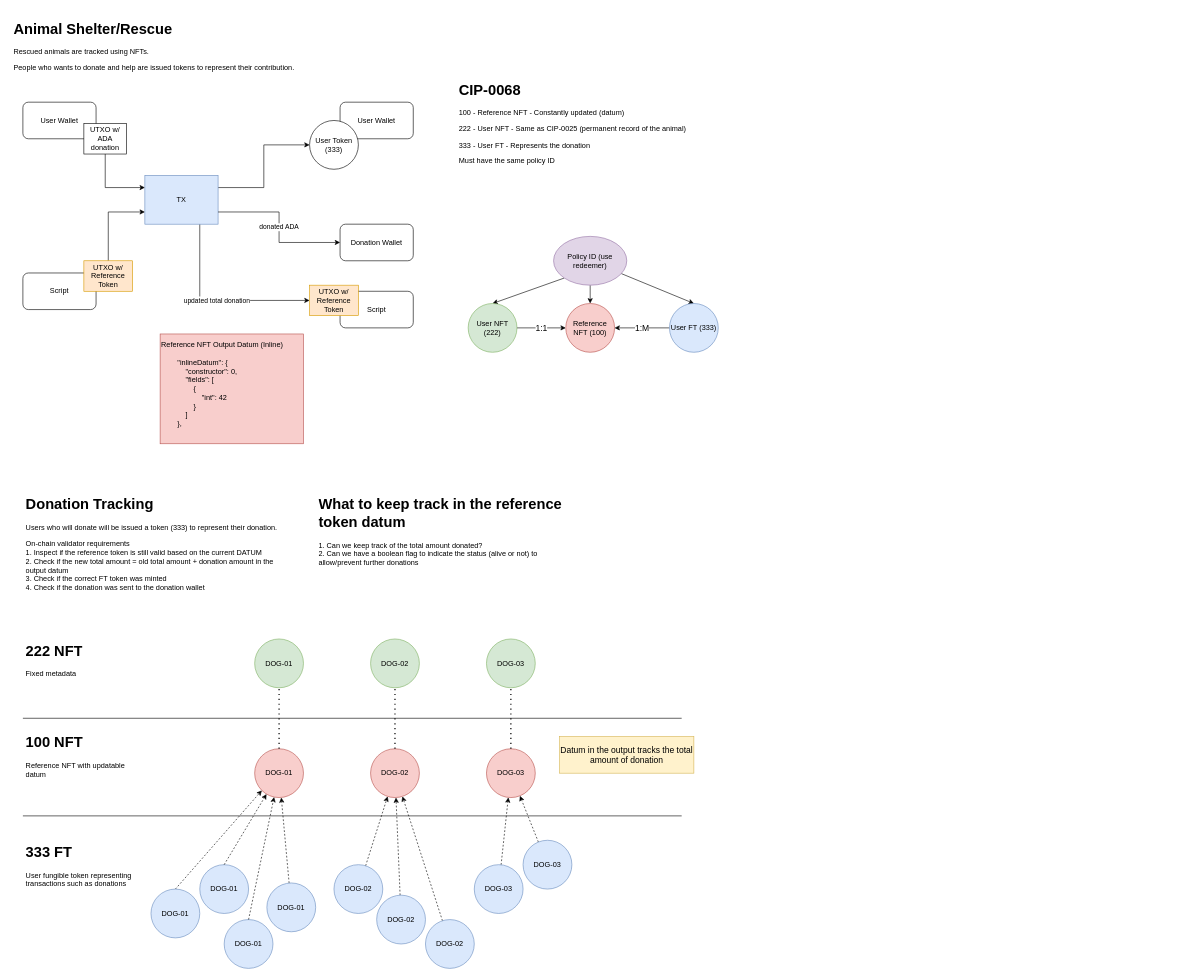
The draw.io diagram Animal_Shelter.drawio in fchua/cdp-final-project, before the edit. Source tidied: cells renumbered, new cells numbered last; positions are measured from the earlier drawing's top-left corner, leaving out a move shared by most shapes. Both pictures are drawn from the tidied source at 61%, with x=0, y=0 at pixel (10, 16).
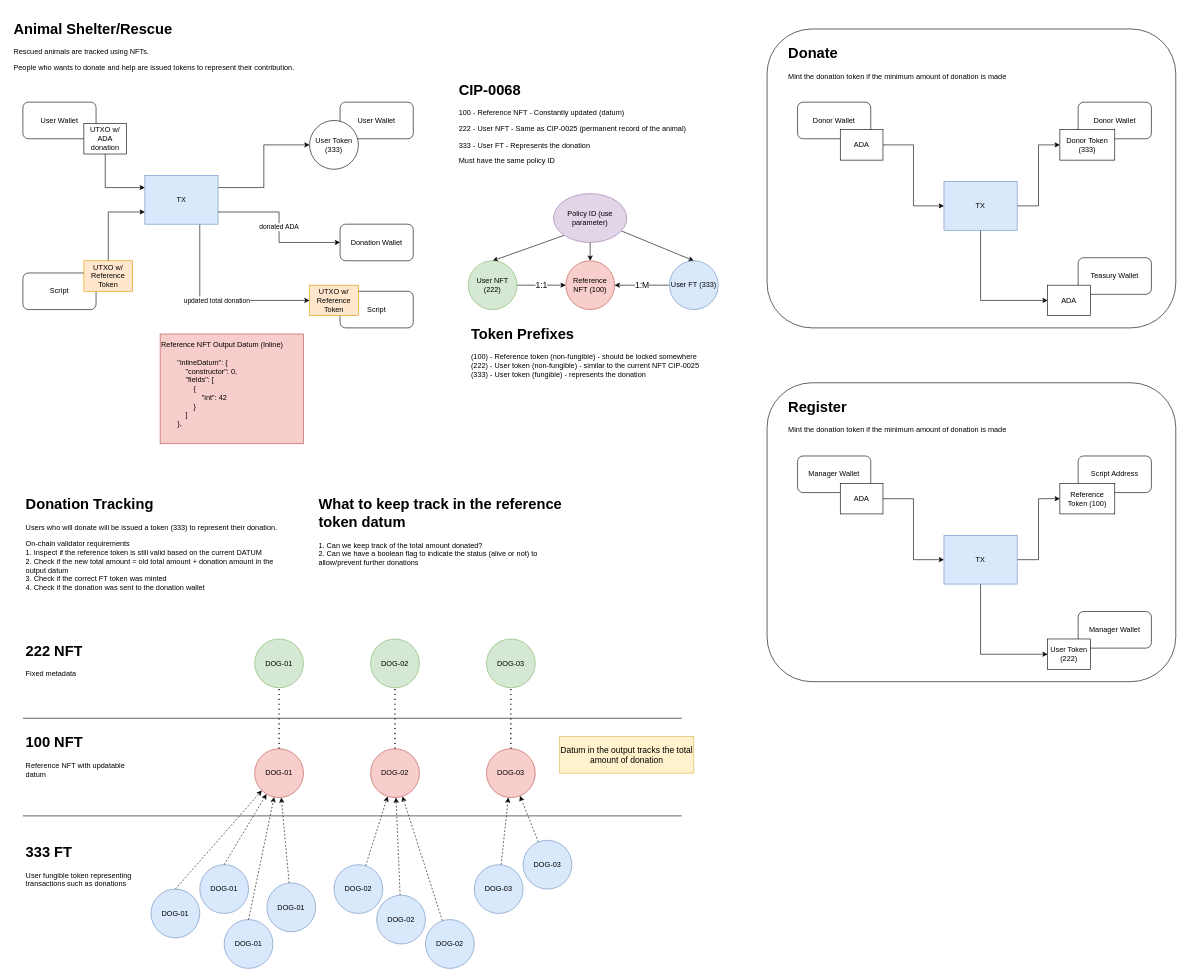
The same diagram, later.

The edit, as a diff of the source:
```diff
@@
+    <mxCell id="64" style="rounded=1;whiteSpace=wrap;html=1;" parent="1" vertex="1">
+      <mxGeometry x="1240" y="20" width="670" height="490" as="geometry" />
+    </mxCell>
@@
-    <mxCell id="13" value="Policy ID (use redeemer)" style="ellipse;whiteSpace=wrap;html=1;fillColor=#e1d5e7;strokeColor=#9673a6;" parent="1" vertex="1">
-      <mxGeometry x="890" y="360" width="120" height="80" as="geometry" />
+    <mxCell id="13" value="Policy ID (use parameter)" style="ellipse;whiteSpace=wrap;html=1;fillColor=#e1d5e7;strokeColor=#9673a6;" parent="1" vertex="1">
+      <mxGeometry x="890" y="290" width="120" height="80" as="geometry" />
     </mxCell>
@@
     <mxCell id="15" value="User NFT (222)" style="ellipse;whiteSpace=wrap;html=1;fillColor=#d5e8d4;strokeColor=#82b366;" parent="1" vertex="1">
-      <mxGeometry x="750" y="470" width="80" height="80" as="geometry" />
+      <mxGeometry x="750" y="400" width="80" height="80" as="geometry" />
     </mxCell>
     <mxCell id="16" value="Reference NFT (100)" style="ellipse;whiteSpace=wrap;html=1;fillColor=#f8cecc;strokeColor=#b85450;" parent="1" vertex="1">
-      <mxGeometry x="910" y="470" width="80" height="80" as="geometry" />
+      <mxGeometry x="910" y="400" width="80" height="80" as="geometry" />
     </mxCell>
@@
     <mxCell id="63" value="User FT (333)" style="ellipse;whiteSpace=wrap;html=1;fillColor=#dae8fc;strokeColor=#6c8ebf;" parent="1" vertex="1">
-      <mxGeometry x="1080" y="470" width="80" height="80" as="geometry" />
+      <mxGeometry x="1080" y="400" width="80" height="80" as="geometry" />
     </mxCell>
+    <mxCell id="65" style="edgeStyle=orthogonalEdgeStyle;rounded=0;jettySize=auto;html=1;entryX=0;entryY=0.5;entryDx=0;entryDy=0;" parent="1" edge="1" source="67" target="72">
+      <mxGeometry relative="1" as="geometry" />
+    </mxCell>
+    <mxCell id="66" style="edgeStyle=orthogonalEdgeStyle;rounded=0;jettySize=auto;html=1;exitX=0.5;exitY=1;exitDx=0;exitDy=0;entryX=0;entryY=0.5;entryDx=0;entryDy=0;" parent="1" edge="1" source="67" target="75">
+      <mxGeometry relative="1" as="geometry" />
+    </mxCell>
+    <mxCell id="67" value="TX" style="rounded=0;whiteSpace=wrap;html=1;fillColor=#dae8fc;strokeColor=#6c8ebf;" parent="1" vertex="1">
+      <mxGeometry x="1530" y="270" width="120" height="80" as="geometry" />
+    </mxCell>
+    <mxCell id="68" value="Donor Wallet" style="rounded=1;whiteSpace=wrap;html=1;" parent="1" vertex="1">
+      <mxGeometry x="1290" y="140" width="120" height="60" as="geometry" />
+    </mxCell>
+    <mxCell id="69" style="edgeStyle=orthogonalEdgeStyle;rounded=0;jettySize=auto;html=1;entryX=0;entryY=0.5;entryDx=0;entryDy=0;" parent="1" edge="1" source="70" target="67">
+      <mxGeometry relative="1" as="geometry" />
+    </mxCell>
+    <mxCell id="70" value="ADA" style="rounded=0;whiteSpace=wrap;html=1;" parent="1" vertex="1">
+      <mxGeometry x="1360" y="185" width="70" height="50" as="geometry" />
+    </mxCell>
+    <mxCell id="71" value="Donor Wallet" style="rounded=1;whiteSpace=wrap;html=1;" parent="1" vertex="1">
+      <mxGeometry x="1750" y="140" width="120" height="60" as="geometry" />
+    </mxCell>
+    <mxCell id="72" value="Donor Token (333)" style="rounded=0;whiteSpace=wrap;html=1;" parent="1" vertex="1">
+      <mxGeometry x="1720" y="185" width="90" height="50" as="geometry" />
+    </mxCell>
+    <mxCell id="73" value="&lt;h1&gt;Token Prefixes&lt;br&gt;&lt;/h1&gt;&lt;p&gt;(100) - Reference token (non-fungible) - should be locked somewhere&lt;br&gt;(222) - User token (non-fungible) - similar to the current NFT CIP-0025&lt;br&gt;(333) - User token (fungible) - represents the donation&lt;br&gt;&lt;/p&gt;" style="text;html=1;strokeColor=none;fillColor=none;spacing=5;spacingTop=-20;whiteSpace=wrap;overflow=hidden;rounded=0;" parent="1" vertex="1">
+      <mxGeometry x="750" y="500" width="510" height="120" as="geometry" />
+    </mxCell>
+    <mxCell id="74" value="Teasury Wallet" style="rounded=1;whiteSpace=wrap;html=1;" parent="1" vertex="1">
+      <mxGeometry x="1750" y="395" width="120" height="60" as="geometry" />
+    </mxCell>
+    <mxCell id="75" value="ADA" style="rounded=0;whiteSpace=wrap;html=1;" parent="1" vertex="1">
+      <mxGeometry x="1700" y="440" width="70" height="50" as="geometry" />
+    </mxCell>
+    <mxCell id="76" value="&lt;h1&gt;Donate&lt;br&gt;&lt;/h1&gt;&lt;p&gt;Mint the donation token if the minimum amount of donation is made&lt;br&gt;&lt;/p&gt;" style="text;html=1;strokeColor=none;fillColor=none;spacing=5;spacingTop=-20;whiteSpace=wrap;overflow=hidden;rounded=0;" parent="1" vertex="1">
+      <mxGeometry x="1270" y="40" width="510" height="120" as="geometry" />
+    </mxCell>
+    <mxCell id="77" style="rounded=1;whiteSpace=wrap;html=1;" parent="1" vertex="1">
+      <mxGeometry x="1240" y="600" width="670" height="490" as="geometry" />
+    </mxCell>
+    <mxCell id="78" style="edgeStyle=orthogonalEdgeStyle;rounded=0;jettySize=auto;html=1;entryX=0;entryY=0.5;entryDx=0;entryDy=0;" parent="1" edge="1" source="80" target="85">
+      <mxGeometry relative="1" as="geometry" />
+    </mxCell>
+    <mxCell id="79" style="edgeStyle=orthogonalEdgeStyle;rounded=0;jettySize=auto;html=1;exitX=0.5;exitY=1;exitDx=0;exitDy=0;entryX=0;entryY=0.5;entryDx=0;entryDy=0;" parent="1" edge="1" source="80" target="87">
+      <mxGeometry relative="1" as="geometry" />
+    </mxCell>
+    <mxCell id="80" value="TX" style="rounded=0;whiteSpace=wrap;html=1;fillColor=#dae8fc;strokeColor=#6c8ebf;" parent="1" vertex="1">
+      <mxGeometry x="1530" y="850" width="120" height="80" as="geometry" />
+    </mxCell>
+    <mxCell id="81" value="Manager Wallet" style="rounded=1;whiteSpace=wrap;html=1;" parent="1" vertex="1">
+      <mxGeometry x="1290" y="720" width="120" height="60" as="geometry" />
+    </mxCell>
+    <mxCell id="82" style="edgeStyle=orthogonalEdgeStyle;rounded=0;jettySize=auto;html=1;entryX=0;entryY=0.5;entryDx=0;entryDy=0;" parent="1" edge="1" source="83" target="80">
+      <mxGeometry relative="1" as="geometry" />
+    </mxCell>
+    <mxCell id="83" value="ADA" style="rounded=0;whiteSpace=wrap;html=1;" parent="1" vertex="1">
+      <mxGeometry x="1360" y="765" width="70" height="50" as="geometry" />
+    </mxCell>
+    <mxCell id="84" value="Script Address" style="rounded=1;whiteSpace=wrap;html=1;" parent="1" vertex="1">
+      <mxGeometry x="1750" y="720" width="120" height="60" as="geometry" />
+    </mxCell>
+    <mxCell id="85" value="Reference Token (100)" style="rounded=0;whiteSpace=wrap;html=1;" parent="1" vertex="1">
+      <mxGeometry x="1720" y="765" width="90" height="50" as="geometry" />
+    </mxCell>
+    <mxCell id="86" value="Manager Wallet" style="rounded=1;whiteSpace=wrap;html=1;" parent="1" vertex="1">
+      <mxGeometry x="1750" y="975" width="120" height="60" as="geometry" />
+    </mxCell>
+    <mxCell id="87" value="User Token (222)" style="rounded=0;whiteSpace=wrap;html=1;" parent="1" vertex="1">
+      <mxGeometry x="1700" y="1020" width="70" height="50" as="geometry" />
+    </mxCell>
+    <mxCell id="88" value="&lt;h1&gt;Register&lt;br&gt;&lt;/h1&gt;&lt;p&gt;Mint the donation token if the minimum amount of donation is made&lt;br&gt;&lt;/p&gt;" style="text;html=1;strokeColor=none;fillColor=none;spacing=5;spacingTop=-20;whiteSpace=wrap;overflow=hidden;rounded=0;" parent="1" vertex="1">
+      <mxGeometry x="1270" y="620" width="510" height="120" as="geometry" />
+    </mxCell>
```
